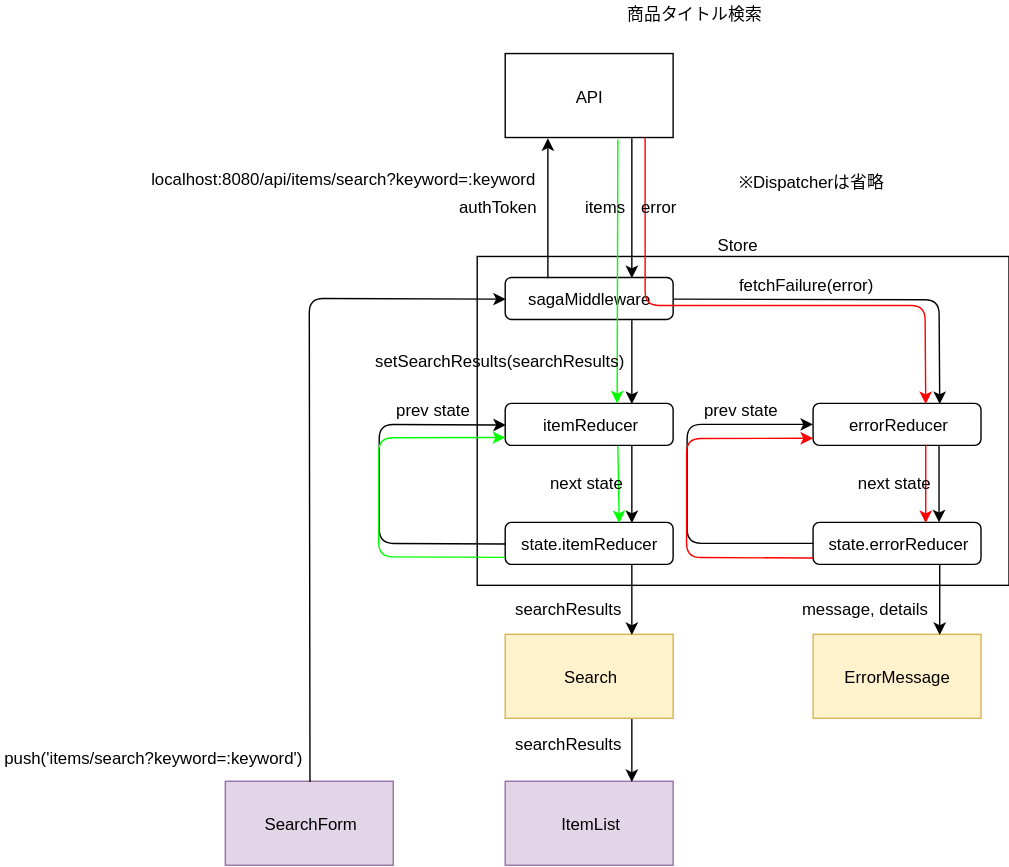
The draw.io diagram diagram/dataFlow/search.svg in emgniddikur/react-app, before a commit. Source tidied: cells renumbered, new cells last; positions are measured from the earlier drawing's top-left corner, leaving out a move shared by most shapes.
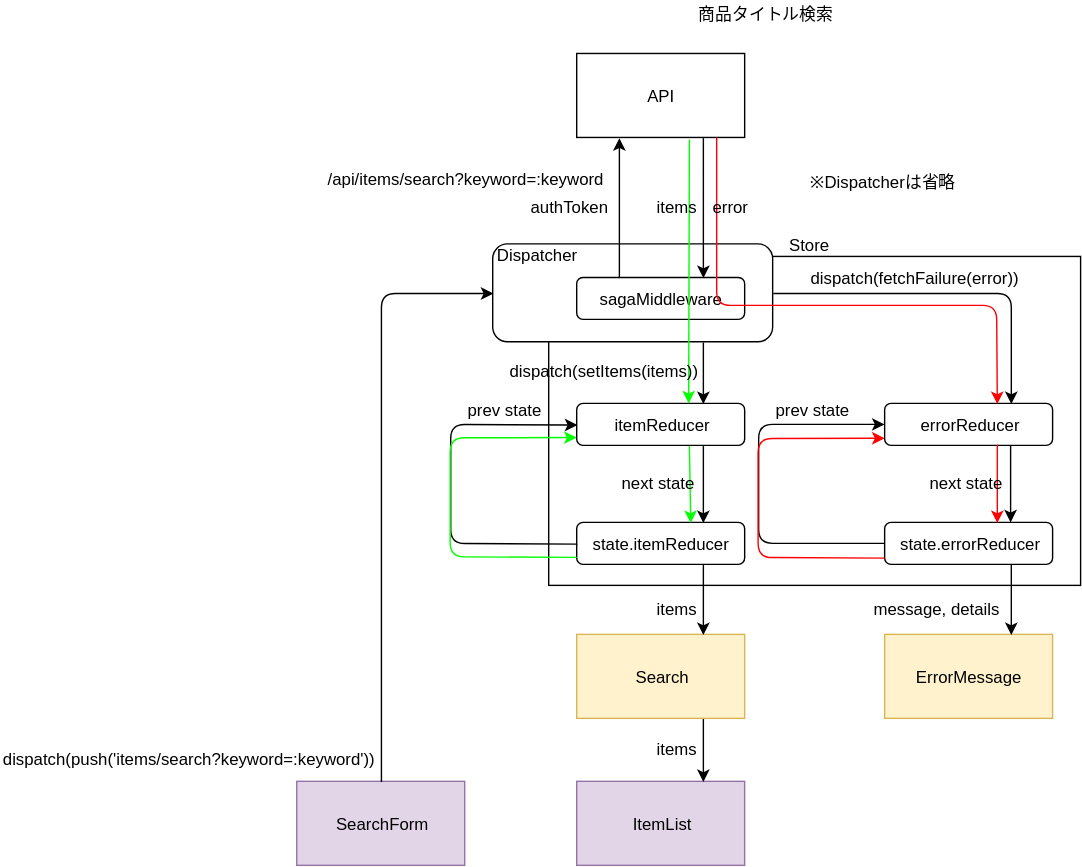
Above is the later version.

Change to the diagram source:
```diff
@@ -5,6 +5,9 @@
     <mxCell id="2" style="rounded=0;whiteSpace=wrap;html=1;" parent="1" vertex="1">
       <mxGeometry x="339.5" y="182.5" width="380" height="235" as="geometry" />
     </mxCell>
+    <mxCell id="48" value="Dispatcher&amp;nbsp; &amp;nbsp; &amp;nbsp; &amp;nbsp; &amp;nbsp; &amp;nbsp; &amp;nbsp; &amp;nbsp; &amp;nbsp; &amp;nbsp; &amp;nbsp; &amp;nbsp; &amp;nbsp; &amp;nbsp; &amp;nbsp; &amp;nbsp; &amp;nbsp; &amp;nbsp; &amp;nbsp; &amp;nbsp; &amp;nbsp; &amp;nbsp; &amp;nbsp; &amp;nbsp;&lt;br&gt;&lt;br&gt;&lt;br&gt;&lt;br&gt;" style="rounded=1;whiteSpace=wrap;html=1;" parent="1" vertex="1">
+      <mxGeometry x="299.5" y="173.5" width="200" height="70" as="geometry" />
+    </mxCell>
     <mxCell id="3" value="API&lt;br&gt;" style="rounded=0;whiteSpace=wrap;html=1;" parent="1" vertex="1">
       <mxGeometry x="359.5" y="37.5" width="120" height="60" as="geometry" />
     </mxCell>
@@ -20,22 +23,22 @@
     <mxCell id="7" value="itemReducer" style="rounded=1;whiteSpace=wrap;html=1;" parent="1" vertex="1">
       <mxGeometry x="359.5" y="287.5" width="120" height="30" as="geometry" />
     </mxCell>
-    <mxCell id="8" style="endArrow=classic;html=1;entryX=0.75;entryY=0;entryDx=0;entryDy=0;exitX=0.75;exitY=1;exitDx=0;exitDy=0;" parent="1" edge="1" source="4" target="7">
+    <mxCell id="8" style="endArrow=classic;html=1;entryX=0.75;entryY=0;entryDx=0;entryDy=0;exitX=0.75;exitY=1;exitDx=0;exitDy=0;" parent="1" edge="1" source="48" target="7">
       <mxGeometry relative="1" as="geometry" />
     </mxCell>
     <mxCell id="9" value="authToken" style="text;html=1;align=left;verticalAlign=top;spacingTop=-4;" parent="1" vertex="1">
       <mxGeometry x="324.5" y="137.5" width="70" height="20" as="geometry" />
     </mxCell>
-    <mxCell id="10" value="localhost:8080/api/items/search?keyword=:keyword" style="text;html=1;align=left;verticalAlign=top;spacingTop=-4;" parent="1" vertex="1">
-      <mxGeometry x="104.5" y="117.5" width="290" height="20" as="geometry" />
+    <mxCell id="10" value="/api/items/search?keyword=:keyword" style="text;html=1;align=left;verticalAlign=top;spacingTop=-4;" parent="1" vertex="1">
+      <mxGeometry x="179.5" y="117.5" width="210" height="20" as="geometry" />
     </mxCell>
     <mxCell id="11" value="errorReducer&lt;br&gt;" style="rounded=1;whiteSpace=wrap;html=1;" parent="1" vertex="1">
       <mxGeometry x="579.5" y="287.5" width="120" height="30" as="geometry" />
     </mxCell>
-    <mxCell id="12" style="endArrow=classic;html=1;entryX=0.75;entryY=0;entryDx=0;entryDy=0;exitX=1;exitY=0.5;exitDx=0;exitDy=0;" parent="1" edge="1" source="4" target="11">
+    <mxCell id="12" style="endArrow=classic;html=1;entryX=0.75;entryY=0;entryDx=0;entryDy=0;exitX=1;exitY=0.5;exitDx=0;exitDy=0;" parent="1" edge="1" source="48" target="11">
       <mxGeometry relative="1" as="geometry">
         <Array as="points">
-          <mxPoint x="669.5" y="213.5" />
+          <mxPoint x="670" y="209" />
         </Array>
       </mxGeometry>
     </mxCell>
@@ -80,8 +83,8 @@
     <mxCell id="20" value="prev state" style="text;html=1;align=left;verticalAlign=top;spacingTop=-4;" parent="1" vertex="1">
       <mxGeometry x="499.5" y="282.5" width="70" height="20" as="geometry" />
     </mxCell>
-    <mxCell id="21" value="fetchFailure(error)" style="text;html=1;align=left;verticalAlign=top;spacingTop=-4;" parent="1" vertex="1">
-      <mxGeometry x="524.5" y="193.5" width="110" height="20" as="geometry" />
+    <mxCell id="21" value="dispatch(fetchFailure(error))" style="text;html=1;align=left;verticalAlign=top;spacingTop=-4;" parent="1" vertex="1">
+      <mxGeometry x="524.5" y="188.5" width="160" height="20" as="geometry" />
     </mxCell>
     <mxCell id="22" value="Search" style="rounded=0;whiteSpace=wrap;html=1;fillColor=#fff2cc;strokeColor=#d6b656;" parent="1" vertex="1">
       <mxGeometry x="359.5" y="452.5" width="120" height="60" as="geometry" />
@@ -98,8 +101,8 @@
     <mxCell id="26" style="endArrow=classic;html=1;entryX=0.75;entryY=0;entryDx=0;entryDy=0;exitX=0.75;exitY=1;exitDx=0;exitDy=0;" parent="1" edge="1" source="13" target="22">
       <mxGeometry relative="1" as="geometry" />
     </mxCell>
-    <mxCell id="27" value="searchResults" style="text;html=1;align=left;verticalAlign=top;spacingTop=-4;" parent="1" vertex="1">
-      <mxGeometry x="364.5" y="425" width="90" height="20" as="geometry" />
+    <mxCell id="27" value="items" style="text;html=1;align=left;verticalAlign=top;spacingTop=-4;" parent="1" vertex="1">
+      <mxGeometry x="414.5" y="425" width="40" height="20" as="geometry" />
     </mxCell>
     <mxCell id="28" style="endArrow=classic;html=1;entryX=0.75;entryY=0;entryDx=0;entryDy=0;exitX=0.75;exitY=1;exitDx=0;exitDy=0;" parent="1" edge="1" source="22" target="23">
       <mxGeometry relative="1" as="geometry" />
@@ -110,18 +113,11 @@
     <mxCell id="30" value="message, details&lt;br&gt;" style="text;html=1;align=left;verticalAlign=top;spacingTop=-4;" parent="1" vertex="1">
       <mxGeometry x="569.5" y="425" width="110" height="20" as="geometry" />
     </mxCell>
-    <mxCell id="31" value="searchResults" style="text;html=1;align=left;verticalAlign=top;spacingTop=-4;" parent="1" vertex="1">
-      <mxGeometry x="364.5" y="521.5" width="90" height="20" as="geometry" />
+    <mxCell id="31" value="items" style="text;html=1;align=left;verticalAlign=top;spacingTop=-4;" parent="1" vertex="1">
+      <mxGeometry x="414.5" y="525" width="40" height="20" as="geometry" />
     </mxCell>
-    <mxCell id="32" style="endArrow=classic;html=1;entryX=0;entryY=0.5;entryDx=0;entryDy=0;exitX=0.5;exitY=0;exitDx=0;exitDy=0;" parent="1" edge="1" source="24" target="4">
-      <mxGeometry relative="1" as="geometry">
-        <Array as="points">
-          <mxPoint x="219.5" y="212.5" />
-        </Array>
-      </mxGeometry>
-    </mxCell>
-    <mxCell id="33" value="push('items/search?keyword=:keyword')" style="text;html=1;align=left;verticalAlign=top;spacingTop=-4;" parent="1" vertex="1">
-      <mxGeometry x="-0.5" y="531.5" width="230" height="20" as="geometry" />
+    <mxCell id="33" value="dispatch(push('items/search?keyword=:keyword'))" style="text;html=1;align=left;verticalAlign=top;spacingTop=-4;" parent="1" vertex="1">
+      <mxGeometry x="-52" y="531.5" width="280" height="20" as="geometry" />
     </mxCell>
     <mxCell id="34" style="endArrow=classic;html=1;strokeColor=#FF0000;entryX=0.667;entryY=0.013;entryDx=0;entryDy=0;entryPerimeter=0;" parent="1" edge="1" target="11">
       <mxGeometry relative="1" as="geometry">
@@ -160,8 +156,8 @@
     <mxCell id="40" value="error" style="text;html=1;align=left;verticalAlign=top;spacingTop=-4;" parent="1" vertex="1">
       <mxGeometry x="454.5" y="137.5" width="40" height="20" as="geometry" />
     </mxCell>
-    <mxCell id="41" value="setSearchResults(searchResults)" style="text;html=1;align=left;verticalAlign=top;spacingTop=-4;" parent="1" vertex="1">
-      <mxGeometry x="264.5" y="247.5" width="190" height="20" as="geometry" />
+    <mxCell id="41" value="dispatch(setItems(items))" style="text;html=1;align=left;verticalAlign=top;spacingTop=-4;" parent="1" vertex="1">
+      <mxGeometry x="309.5" y="255" width="150" height="20" as="geometry" />
     </mxCell>
     <mxCell id="42" value="next state" style="text;html=1;align=left;verticalAlign=top;spacingTop=-4;" parent="1" vertex="1">
       <mxGeometry x="609.5" y="335" width="70" height="20" as="geometry" />
@@ -189,5 +185,12 @@
     <mxCell id="47" value="Store" style="text;html=1;strokeColor=none;fillColor=none;align=center;verticalAlign=middle;whiteSpace=wrap;rounded=0;" parent="1" vertex="1">
       <mxGeometry x="504.5" y="163.5" width="40" height="20" as="geometry" />
     </mxCell>
+    <mxCell id="49" style="endArrow=classic;html=1;entryX=0;entryY=0.5;entryDx=0;entryDy=0;exitX=0.5;exitY=0;exitDx=0;exitDy=0;" parent="1" edge="1" source="24" target="48">
+      <mxGeometry relative="1" as="geometry">
+        <Array as="points">
+          <mxPoint x="220" y="209" />
+        </Array>
+      </mxGeometry>
+    </mxCell>
   </root>
 </mxGraphModel>
```
